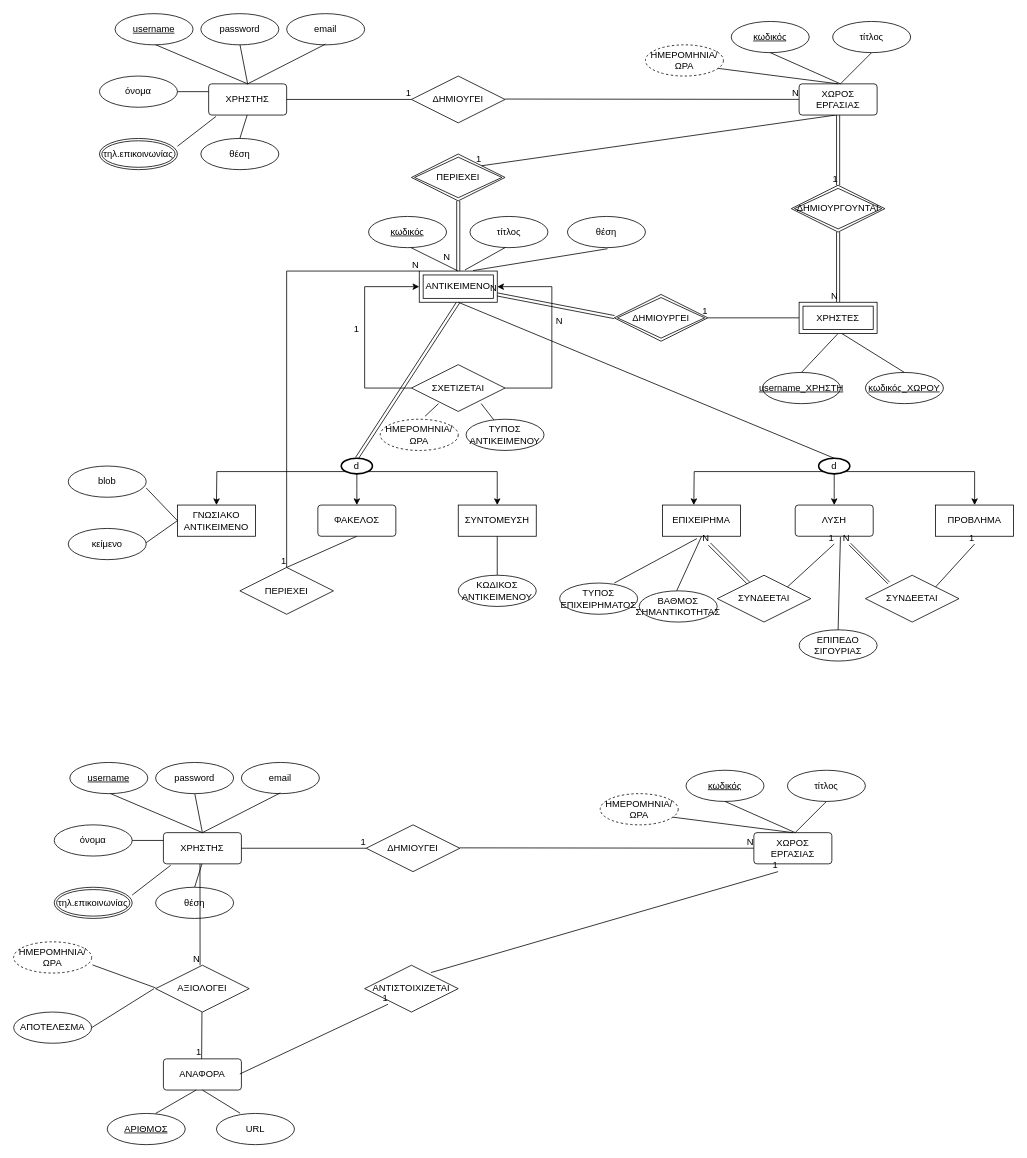
This is Untitled Diagram.drawio from Ierofantis/100-days-of-code, a draw.io file, before an edit. Source tidied: cells renumbered, new cells numbered last; positions are measured from the earlier drawing's top-left corner, leaving out a move shared by most shapes. Both pictures are drawn from the tidied source at 78%, with x=0, y=0 at pixel (13, 13).
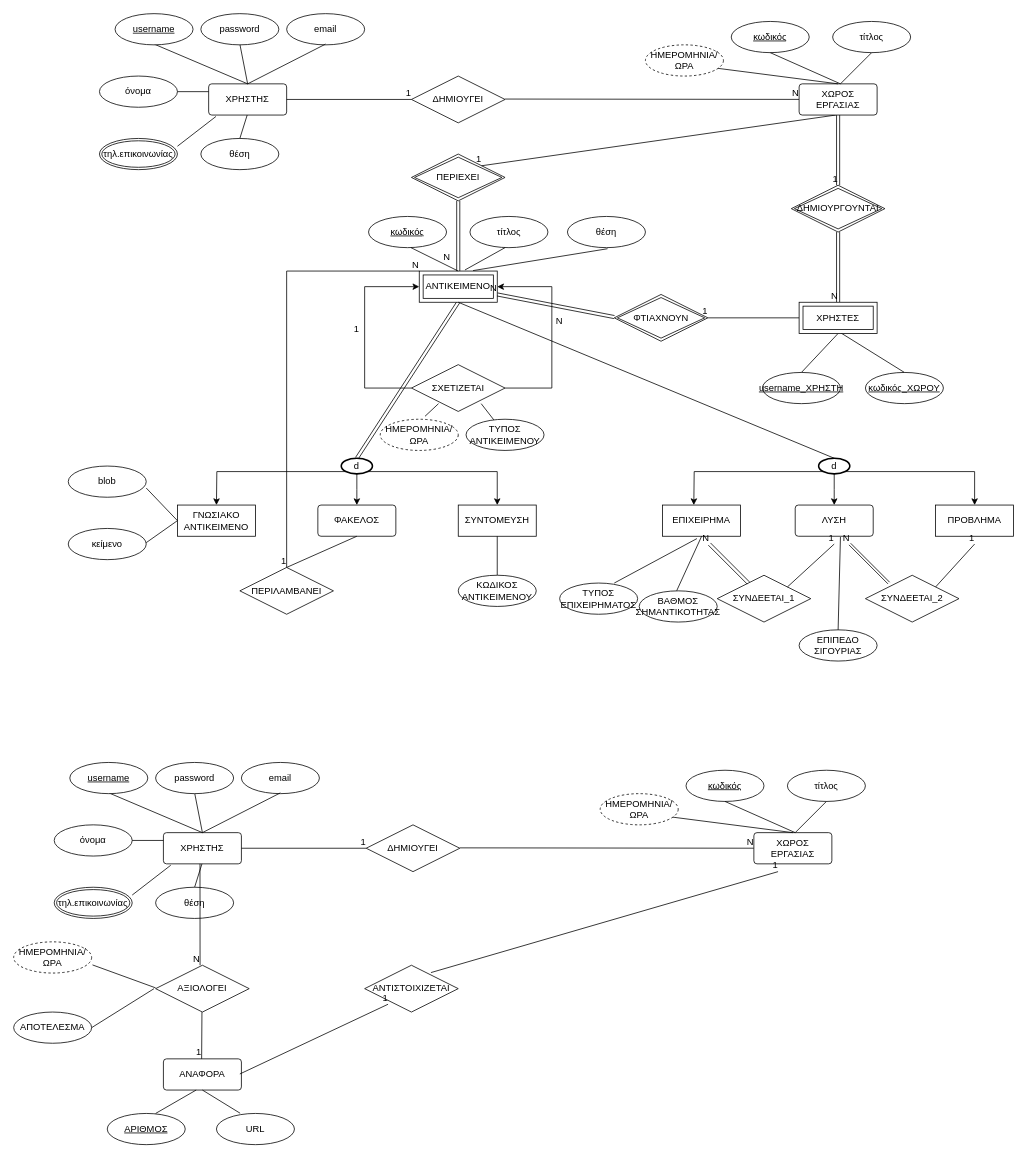
After the change.

The edit, as a diff of the source:
```diff
@@
-    <mxCell id="22" value="ΔΗΜΙΟΥΡΓΕΙ" style="shape=rhombus;double=1;perimeter=rhombusPerimeter;whiteSpace=wrap;html=1;align=center;" parent="1" vertex="1">
+    <mxCell id="22" value="ΦΤΙΑΧΝΟΥΝ" style="shape=rhombus;double=1;perimeter=rhombusPerimeter;whiteSpace=wrap;html=1;align=center;" parent="1" vertex="1">
       <mxGeometry x="770" y="360" width="120" height="60" as="geometry" />
     </mxCell>
@@
-    <mxCell id="46" value="ΣΥΝΔΕΕΤΑΙ" style="shape=rhombus;perimeter=rhombusPerimeter;whiteSpace=wrap;html=1;align=center;" parent="1" vertex="1">
+    <mxCell id="46" value="ΣΥΝΔΕΕΤΑΙ_1" style="shape=rhombus;perimeter=rhombusPerimeter;whiteSpace=wrap;html=1;align=center;" parent="1" vertex="1">
       <mxGeometry x="902" y="720" width="120" height="60" as="geometry" />
     </mxCell>
@@
-    <mxCell id="49" value="ΣΥΝΔΕΕΤΑΙ" style="shape=rhombus;perimeter=rhombusPerimeter;whiteSpace=wrap;html=1;align=center;" parent="1" vertex="1">
+    <mxCell id="49" value="ΣΥΝΔΕΕΤΑΙ_2" style="shape=rhombus;perimeter=rhombusPerimeter;whiteSpace=wrap;html=1;align=center;" parent="1" vertex="1">
       <mxGeometry x="1092" y="720" width="120" height="60" as="geometry" />
     </mxCell>
@@
-    <mxCell id="85" value="ΠΕΡΙΕΧΕΙ" style="shape=rhombus;perimeter=rhombusPerimeter;whiteSpace=wrap;html=1;align=center;" parent="1" vertex="1">
+    <mxCell id="85" value="ΠΕΡΙΛΑΜΒΑΝΕΙ" style="shape=rhombus;perimeter=rhombusPerimeter;whiteSpace=wrap;html=1;align=center;" parent="1" vertex="1">
       <mxGeometry x="290" y="710" width="120" height="60" as="geometry" />
     </mxCell>
```
